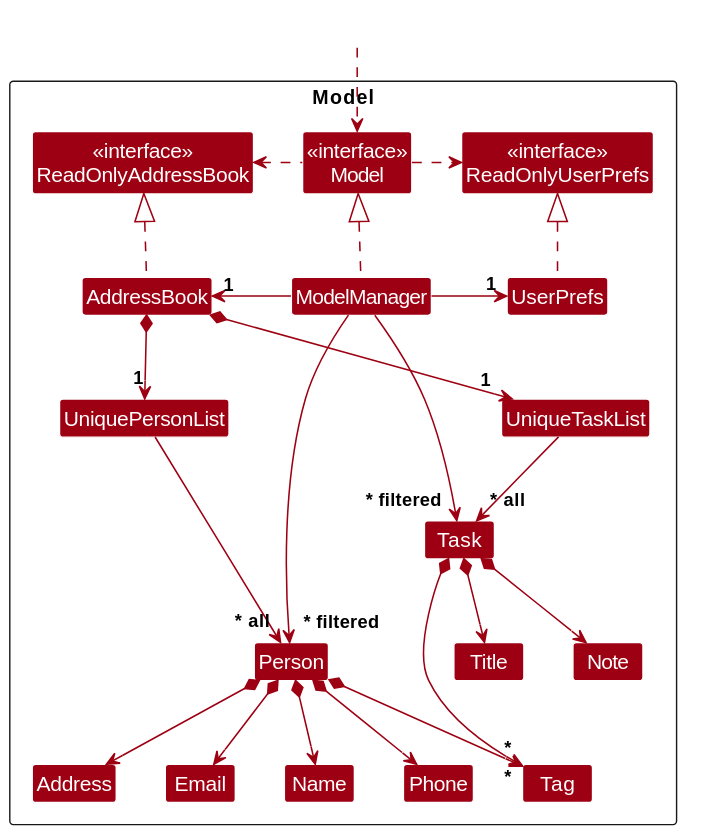
The PlantUML diagram docs/assets/svg/dg/ModelClassDiagram.svg in pra-navi/tp, before a commit.
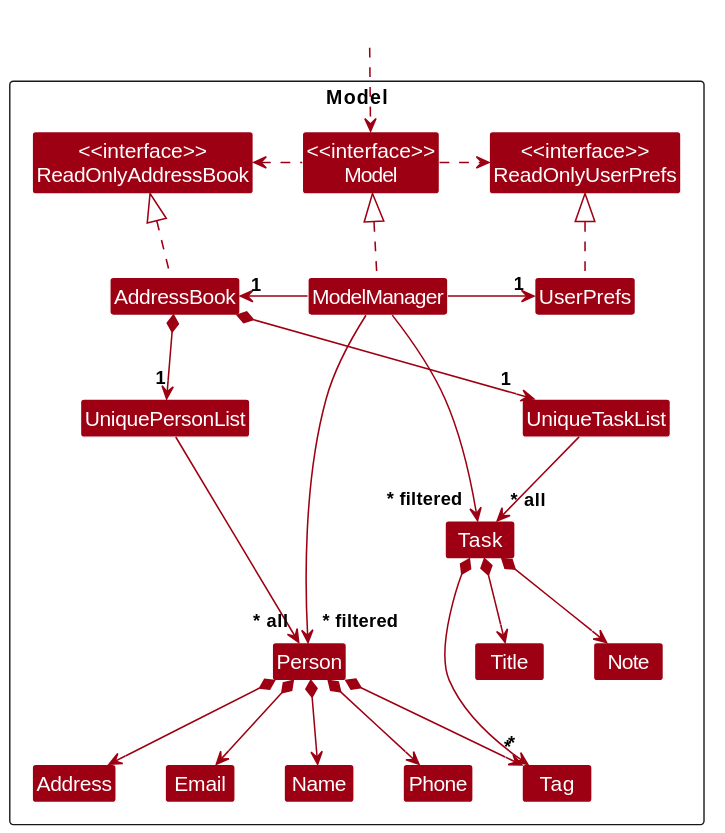
The same file after the commit.

Diff of the diagram source:
```diff
@@ -5,9 +5,9 @@
 skinparam classBackgroundColor MODEL_COLOR
 
 Package Model as ModelPackage <<Rectangle>>{
-Class "«interface»\nReadOnlyAddressBook" as ReadOnlyAddressBook
-Class "«interface»\nReadOnlyUserPrefs" as ReadOnlyUserPrefs
-Class "«interface»\nModel" as Model
+Class "<<interface>>\nReadOnlyAddressBook" as ReadOnlyAddressBook
+Class "<<interface>>\nReadOnlyUserPrefs" as ReadOnlyUserPrefs
+Class "<<interface>>\nModel" as Model
 Class AddressBook
 Class ModelManager
 Class UserPrefs
```
